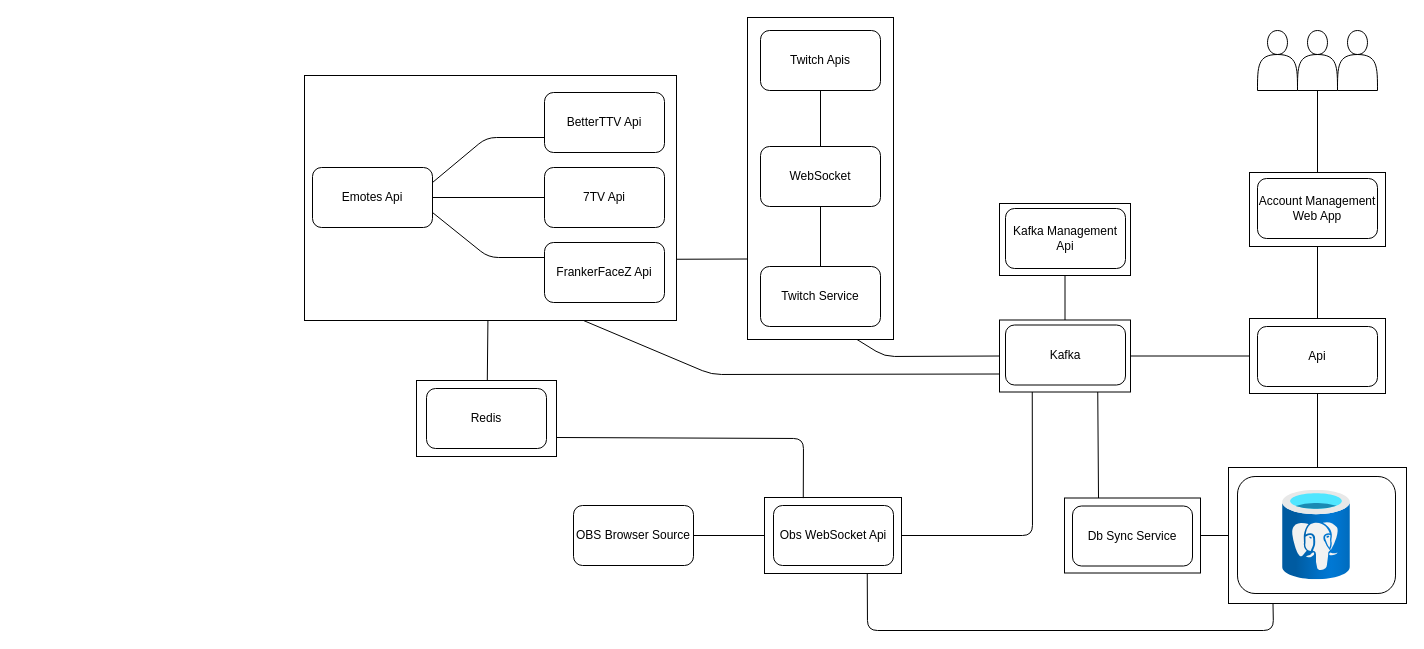
Above: docs/neon.drawio in iFlyNick/Neon (draw.io), before the change. Source tidied: cells renumbered, new cells numbered last; positions are measured from the earlier drawing's top-left corner, leaving out a move shared by most shapes. Both pictures are drawn from the tidied source at 100%, with x=0, y=0 at pixel (304, 17).
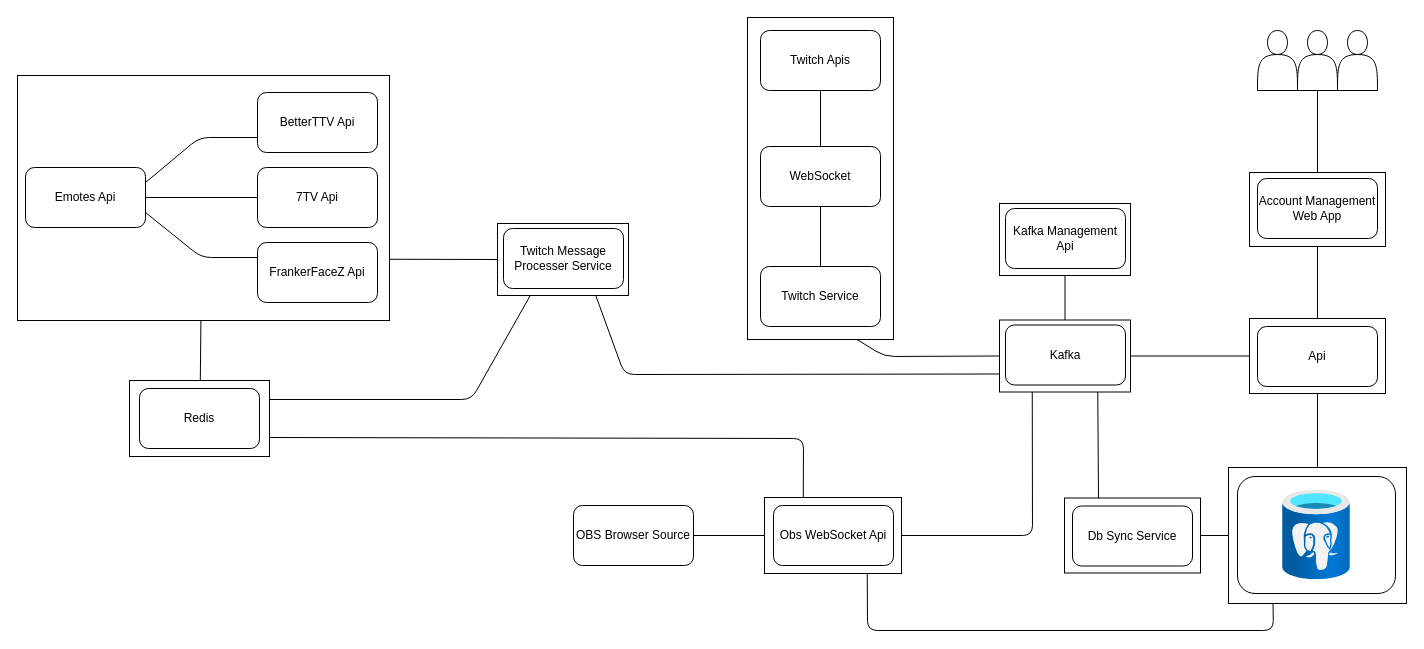
The same diagram, later.

Unchanged cells that the change refers to:
```xml
<mxCell id="14" style="rounded=0;whiteSpace=wrap;html=1;" parent="13" vertex="1">
  <mxGeometry width="131" height="72" as="geometry" />
</mxCell>
<mxCell id="17" style="rounded=0;whiteSpace=wrap;html=1;" parent="16" vertex="1">
  <mxGeometry width="140" height="76" as="geometry" />
</mxCell>
<mxCell id="20" style="rounded=0;whiteSpace=wrap;html=1;" parent="19" vertex="1">
  <mxGeometry width="372" height="245" as="geometry" />
</mxCell>
<mxCell id="29" style="rounded=0;whiteSpace=wrap;html=1;" parent="28" vertex="1">
  <mxGeometry width="146" height="322" as="geometry" />
</mxCell>
<mxCell id="49" style="rounded=0;whiteSpace=wrap;html=1;" parent="48" vertex="1">
  <mxGeometry width="137" height="76" as="geometry" />
</mxCell>
```

The edit, as a diff of the source:
```diff
@@
     <mxCell id="16" style="group;" parent="1" vertex="1">
-      <mxGeometry x="112" y="363" width="140" height="76" as="geometry" />
+      <mxGeometry x="-175" y="363" width="140" height="76" as="geometry" />
     </mxCell>
@@
     <mxCell id="19" style="group;" parent="1" vertex="1">
-      <mxGeometry y="58" width="372" height="245" as="geometry" />
+      <mxGeometry x="-287" y="58" width="372" height="245" as="geometry" />
     </mxCell>
@@
-    <mxCell id="47" style="edgeStyle=none;html=1;exitX=0;exitY=0.75;exitDx=0;exitDy=0;entryX=1;entryY=0.75;entryDx=0;entryDy=0;startArrow=none;startFill=0;endArrow=none;endFill=0;" parent="1" edge="1" source="29" target="20">
-      <mxGeometry relative="1" as="geometry" />
-    </mxCell>
@@
-    <mxCell id="57" style="edgeStyle=none;html=1;entryX=1;entryY=0.75;entryDx=0;entryDy=0;startArrow=none;startFill=0;endArrow=none;endFill=0;exitX=0.283;exitY=0.008;exitDx=0;exitDy=0;exitPerimeter=0;" parent="1" edge="1" source="49">
+    <mxCell id="57" style="edgeStyle=none;html=1;entryX=1;entryY=0.75;entryDx=0;entryDy=0;startArrow=none;startFill=0;endArrow=none;endFill=0;exitX=0.283;exitY=0.008;exitDx=0;exitDy=0;exitPerimeter=0;" parent="1" edge="1" source="49" target="17">
       <mxGeometry relative="1" as="geometry">
-        <mxPoint x="252" y="420" as="targetPoint" />
         <Array as="points">
           <mxPoint x="499" y="421" />
         </Array>
       </mxGeometry>
     </mxCell>
@@
-    <mxCell id="63" style="edgeStyle=none;html=1;exitX=0;exitY=0.75;exitDx=0;exitDy=0;entryX=0.75;entryY=1;entryDx=0;entryDy=0;startArrow=none;startFill=0;endArrow=none;endFill=0;" parent="1" edge="1" source="14" target="20">
-      <mxGeometry relative="1" as="geometry">
-        <Array as="points">
-          <mxPoint x="407" y="357" />
-        </Array>
-      </mxGeometry>
+    <mxCell id="63" style="group;" parent="1" vertex="1">
+      <mxGeometry x="193" y="206" width="131" height="72" as="geometry" />
     </mxCell>
+    <mxCell id="64" style="rounded=0;whiteSpace=wrap;html=1;" parent="63" vertex="1">
+      <mxGeometry width="131" height="72" as="geometry" />
+    </mxCell>
+    <mxCell id="65" value="Twitch Message Processer Service" style="rounded=1;whiteSpace=wrap;html=1;" parent="63" vertex="1">
+      <mxGeometry x="6" y="5" width="120" height="60" as="geometry" />
+    </mxCell>
+    <mxCell id="66" style="edgeStyle=none;html=1;exitX=0;exitY=0.5;exitDx=0;exitDy=0;entryX=1;entryY=0.75;entryDx=0;entryDy=0;endArrow=none;endFill=0;" parent="1" edge="1" source="64" target="20">
+      <mxGeometry relative="1" as="geometry" />
+    </mxCell>
+    <mxCell id="67" style="edgeStyle=none;html=1;exitX=0;exitY=0.75;exitDx=0;exitDy=0;entryX=0.75;entryY=1;entryDx=0;entryDy=0;endArrow=none;endFill=0;" parent="1" edge="1" source="14" target="64">
+      <mxGeometry relative="1" as="geometry">
+        <Array as="points">
+          <mxPoint x="320" y="357" />
+        </Array>
+      </mxGeometry>
+    </mxCell>
+    <mxCell id="68" style="edgeStyle=none;html=1;exitX=1;exitY=0.25;exitDx=0;exitDy=0;entryX=0.25;entryY=1;entryDx=0;entryDy=0;endArrow=none;endFill=0;" parent="1" edge="1" source="17" target="64">
+      <mxGeometry relative="1" as="geometry">
+        <Array as="points">
+          <mxPoint x="167" y="382" />
+        </Array>
+      </mxGeometry>
+    </mxCell>
```
